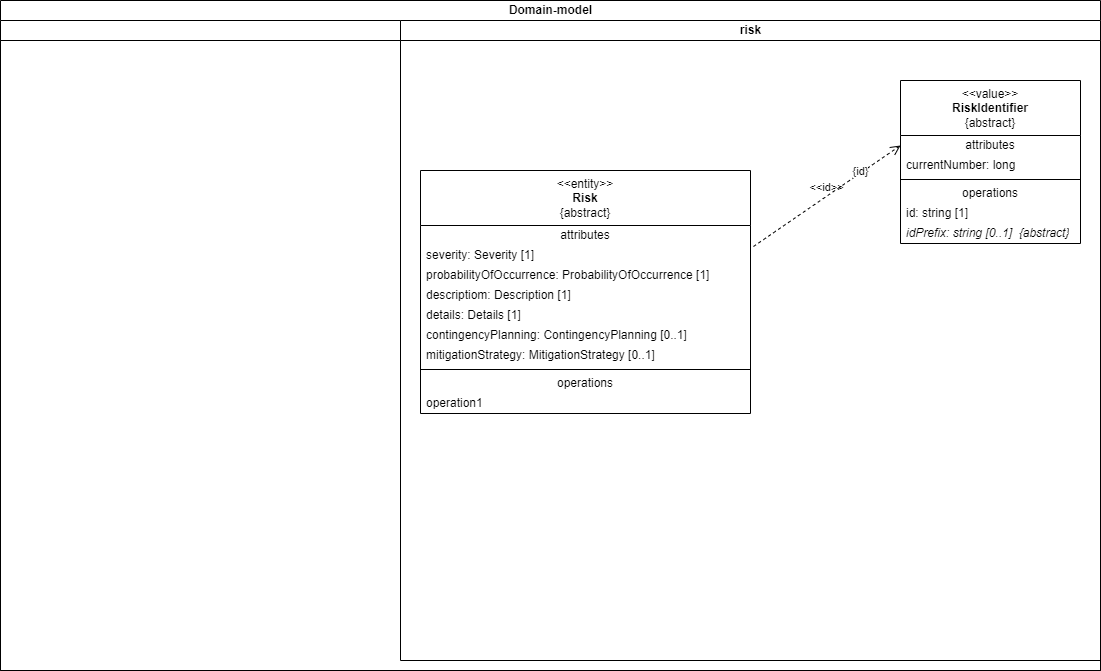
The draw.io diagram documentation/arc-documentation/images/08_concepts/domain-model.drawio.png in stueberm1/riskmanager, before a commit. Source tidied: cells renumbered, new cells last; positions are measured from the earlier drawing's top-left corner, leaving out a move shared by most shapes.
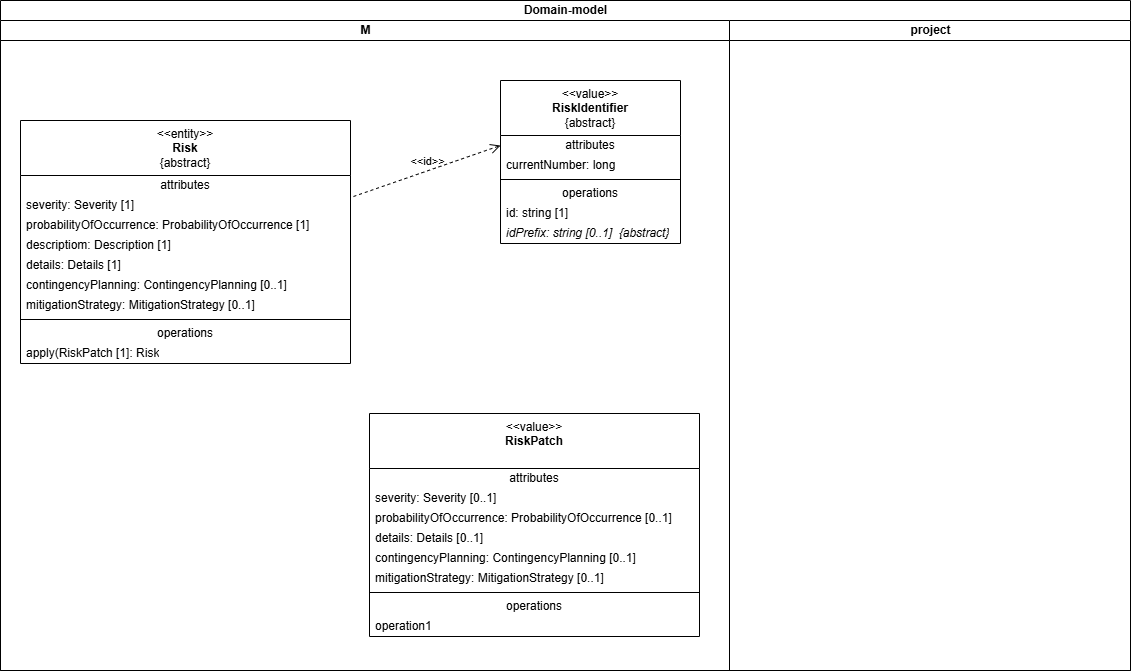
After the change.

What changed in the source:
```diff
@@ -3,16 +3,13 @@
     <mxCell id="0" />
     <mxCell id="1" parent="0" />
     <mxCell id="2" value="Domain-model" style="swimlane;startSize=20;html=1;" parent="1" vertex="1">
-      <mxGeometry width="1100" height="670" as="geometry" />
+      <mxGeometry width="1130" height="670" as="geometry" />
     </mxCell>
-    <mxCell id="3" value="project" style="swimlane;startSize=20;html=1;" parent="2" vertex="1">
-      <mxGeometry y="20" width="1100" height="650" as="geometry" />
-    </mxCell>
-    <mxCell id="4" value="risk" style="swimlane;startSize=20;html=1;" parent="3" vertex="1">
-      <mxGeometry x="400" width="700" height="640" as="geometry" />
+    <mxCell id="4" value="M" style="swimlane;startSize=20;html=1;" parent="2" vertex="1">
+      <mxGeometry y="20" width="729" height="650" as="geometry" />
     </mxCell>
     <mxCell id="5" value="&amp;lt;&amp;lt;entity&amp;gt;&amp;gt;&lt;br&gt;&lt;b&gt;Risk&lt;/b&gt;&lt;br&gt;{abstract}" style="swimlane;fontStyle=0;align=center;verticalAlign=top;horizontal=1;startSize=55;html=1;whiteSpace=wrap;" parent="4" vertex="1">
-      <mxGeometry x="20" y="150" width="330" height="243" as="geometry" />
+      <mxGeometry x="20" y="100" width="330" height="243" as="geometry" />
     </mxCell>
     <mxCell id="6" value="attributes" style="text;html=1;strokeColor=none;fillColor=none;align=center;verticalAlign=middle;spacingLeft=4;spacingRight=4;overflow=hidden;whiteSpace=wrap;" parent="5" vertex="1">
       <mxGeometry y="55" width="330" height="20" as="geometry" />
@@ -41,7 +38,7 @@
     <mxCell id="14" value="operations" style="text;html=1;strokeColor=none;fillColor=none;align=center;verticalAlign=middle;spacingLeft=4;spacingRight=4;overflow=hidden;whiteSpace=wrap;" parent="5" vertex="1">
       <mxGeometry y="203" width="330" height="20" as="geometry" />
     </mxCell>
-    <mxCell id="15" value="operation1" style="text;html=1;strokeColor=none;fillColor=none;align=left;verticalAlign=middle;spacingLeft=4;spacingRight=4;overflow=hidden;whiteSpace=wrap;" parent="5" vertex="1">
+    <mxCell id="15" value="apply(RiskPatch [1]: Risk" style="text;html=1;strokeColor=none;fillColor=none;align=left;verticalAlign=middle;spacingLeft=4;spacingRight=4;overflow=hidden;whiteSpace=wrap;" parent="5" vertex="1">
       <mxGeometry y="223" width="330" height="20" as="geometry" />
     </mxCell>
     <mxCell id="16" value="&amp;lt;&amp;lt;value&amp;gt;&amp;gt;&lt;br&gt;&lt;b&gt;RiskIdentifier&lt;/b&gt;&lt;br&gt;{abstract}" style="swimlane;fontStyle=0;align=center;verticalAlign=top;horizontal=1;startSize=55;html=1;whiteSpace=wrap;" parent="4" vertex="1">
@@ -68,8 +65,38 @@
     <mxCell id="23" value="&amp;lt;&amp;lt;id&amp;gt;&amp;gt;" style="endArrow=open;startArrow=none;endFill=0;startFill=0;endSize=8;html=1;verticalAlign=bottom;dashed=1;labelBackgroundColor=none;rounded=0;exitX=1.009;exitY=0.05;exitDx=0;exitDy=0;exitPerimeter=0;entryX=0;entryY=0.5;entryDx=0;entryDy=0;" parent="4" edge="1" source="7" target="17">
       <mxGeometry relative="1" as="geometry" />
     </mxCell>
-    <mxCell id="24" value="{id}" style="edgeLabel;html=1;align=center;verticalAlign=middle;" parent="23" vertex="1">
-      <mxGeometry x="0.47" y="2" relative="1" as="geometry" />
-    </mxCell>
+    <mxCell id="25" value="&amp;lt;&amp;lt;value&amp;gt;&amp;gt;&lt;br&gt;&lt;b&gt;RiskPatch&lt;/b&gt;" style="swimlane;fontStyle=0;align=center;verticalAlign=top;horizontal=1;startSize=55;html=1;whiteSpace=wrap;" parent="4" vertex="1">
+      <mxGeometry x="369" y="393" width="330" height="223" as="geometry" />
+    </mxCell>
+    <mxCell id="26" value="attributes" style="text;html=1;strokeColor=none;fillColor=none;align=center;verticalAlign=middle;spacingLeft=4;spacingRight=4;overflow=hidden;whiteSpace=wrap;" parent="25" vertex="1">
+      <mxGeometry y="55" width="330" height="20" as="geometry" />
+    </mxCell>
+    <mxCell id="27" value="severity: Severity [0..1]" style="text;html=1;strokeColor=none;fillColor=none;align=left;verticalAlign=middle;spacingLeft=4;spacingRight=4;overflow=hidden;whiteSpace=wrap;" parent="25" vertex="1">
+      <mxGeometry y="75" width="330" height="20" as="geometry" />
+    </mxCell>
+    <mxCell id="28" value="probabilityOfOccurrence: ProbabilityOfOccurrence [0..1]" style="text;html=1;strokeColor=none;fillColor=none;align=left;verticalAlign=middle;spacingLeft=4;spacingRight=4;overflow=hidden;whiteSpace=wrap;" parent="25" vertex="1">
+      <mxGeometry y="95" width="330" height="20" as="geometry" />
+    </mxCell>
+    <mxCell id="29" value="details: Details [0..1]" style="text;html=1;strokeColor=none;fillColor=none;align=left;verticalAlign=middle;spacingLeft=4;spacingRight=4;overflow=hidden;whiteSpace=wrap;" parent="25" vertex="1">
+      <mxGeometry y="115" width="330" height="20" as="geometry" />
+    </mxCell>
+    <mxCell id="30" value="contingencyPlanning: ContingencyPlanning [0..1]" style="text;html=1;strokeColor=none;fillColor=none;align=left;verticalAlign=middle;spacingLeft=4;spacingRight=4;overflow=hidden;whiteSpace=wrap;" parent="25" vertex="1">
+      <mxGeometry y="135" width="330" height="20" as="geometry" />
+    </mxCell>
+    <mxCell id="31" value="mitigationStrategy: MitigationStrategy [0..1]" style="text;html=1;strokeColor=none;fillColor=none;align=left;verticalAlign=middle;spacingLeft=4;spacingRight=4;overflow=hidden;whiteSpace=wrap;" parent="25" vertex="1">
+      <mxGeometry y="155" width="330" height="20" as="geometry" />
+    </mxCell>
+    <mxCell id="32" style="line;strokeWidth=1;fillColor=none;align=left;verticalAlign=middle;spacingTop=-1;spacingLeft=3;spacingRight=3;labelPosition=right;" parent="25" vertex="1">
+      <mxGeometry y="175" width="330" height="8" as="geometry" />
+    </mxCell>
+    <mxCell id="33" value="operations" style="text;html=1;strokeColor=none;fillColor=none;align=center;verticalAlign=middle;spacingLeft=4;spacingRight=4;overflow=hidden;whiteSpace=wrap;" parent="25" vertex="1">
+      <mxGeometry y="183" width="330" height="20" as="geometry" />
+    </mxCell>
+    <mxCell id="34" value="operation1" style="text;html=1;strokeColor=none;fillColor=none;align=left;verticalAlign=middle;spacingLeft=4;spacingRight=4;overflow=hidden;whiteSpace=wrap;" parent="25" vertex="1">
+      <mxGeometry y="203" width="330" height="20" as="geometry" />
+    </mxCell>
+    <mxCell id="3" value="project" style="swimlane;startSize=20;html=1;" parent="2" vertex="1">
+      <mxGeometry x="729" y="20" width="401" height="650" as="geometry" />
+    </mxCell>
   </root>
 </mxGraphModel>
```
